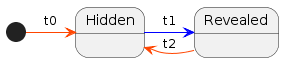
Above: docs/Revealable_2_states.png in bortch/Revealable (PlantUML), before the change. Source of this version:
```plantuml
@startuml

[*] -[#OrangeRed]> Hidden: t0
Hidden -[#Blue]> Revealed : t1
Hidden <-[#OrangeRed]- Revealed: t2
@enduml
```
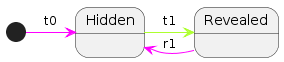
After the change.

Change to the diagram source:
```diff
@@ -1,6 +1,6 @@
 @startuml
 
-[*] -[#OrangeRed]> Hidden: t0
-Hidden -[#Blue]> Revealed : t1
-Hidden <-[#OrangeRed]- Revealed: t2
+[*] -[#Fuchsia]> Hidden: t0
+Hidden -[#GreenYellow]> Revealed : t1
+Hidden <-[#Fuchsia]- Revealed: r1
 @enduml
```
